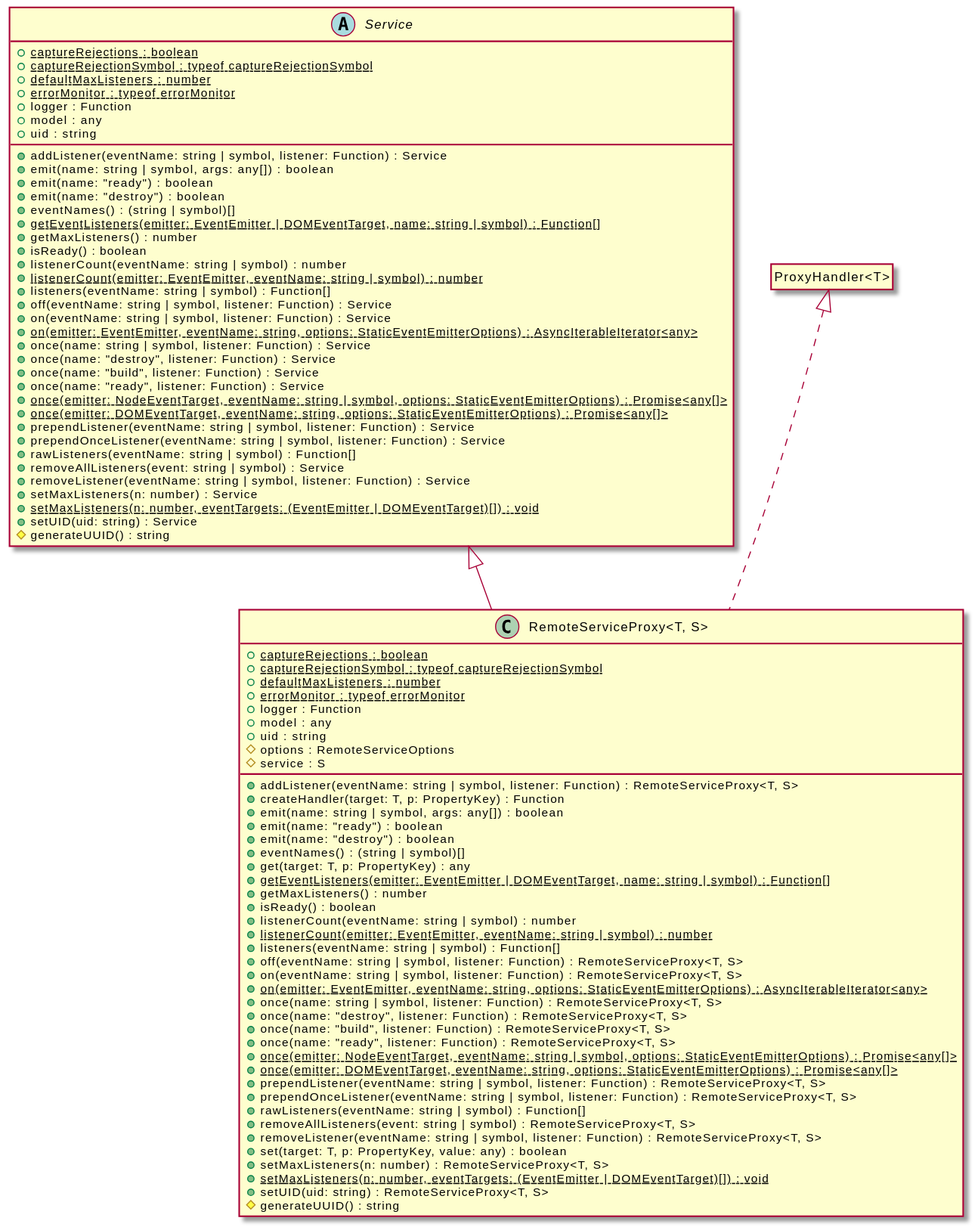
Earlier version of the PlantUML export assets/RemoteServiceProxy-umlClassDiagram-9355.svg (OpenHPS/openhps-core). The source it was exported from:
```plantuml
@startuml
skinparam BackgroundColor transparent
hide empty methods
hide empty fields
class "RemoteServiceProxy<T, S>" {
    {static} +captureRejections : boolean
    {static} +captureRejectionSymbol : typeof captureRejectionSymbol
    {static} +defaultMaxListeners : number
    {static} +errorMonitor : typeof errorMonitor
    +logger : Function
    +model : any
    +uid : string
    #options : RemoteServiceOptions
    #service : S
    +addListener(eventName: string | symbol, listener: Function) : RemoteServiceProxy<T, S>
    +createHandler(target: T, p: PropertyKey) : Function
    +emit(name: string | symbol, args: any[]) : boolean
    +emit(name: "ready") : boolean
    +emit(name: "destroy") : boolean
    +eventNames() : (string | symbol)[]
    +get(target: T, p: PropertyKey) : any
    {static} +getEventListeners(emitter: EventEmitter | DOMEventTarget, name: string | symbol) : Function[]
    +getMaxListeners() : number
    +isReady() : boolean
    +listenerCount(eventName: string | symbol) : number
    {static} +listenerCount(emitter: EventEmitter, eventName: string | symbol) : number
    +listeners(eventName: string | symbol) : Function[]
    +off(eventName: string | symbol, listener: Function) : RemoteServiceProxy<T, S>
    +on(eventName: string | symbol, listener: Function) : RemoteServiceProxy<T, S>
    {static} +on(emitter: EventEmitter, eventName: string, options: StaticEventEmitterOptions) : AsyncIterableIterator<any>
    +once(name: string | symbol, listener: Function) : RemoteServiceProxy<T, S>
    +once(name: "destroy", listener: Function) : RemoteServiceProxy<T, S>
    +once(name: "build", listener: Function) : RemoteServiceProxy<T, S>
    +once(name: "ready", listener: Function) : RemoteServiceProxy<T, S>
    {static} +once(emitter: NodeEventTarget, eventName: string | symbol, options: StaticEventEmitterOptions) : Promise<any[]>
    {static} +once(emitter: DOMEventTarget, eventName: string, options: StaticEventEmitterOptions) : Promise<any[]>
    +prependListener(eventName: string | symbol, listener: Function) : RemoteServiceProxy<T, S>
    +prependOnceListener(eventName: string | symbol, listener: Function) : RemoteServiceProxy<T, S>
    +rawListeners(eventName: string | symbol) : Function[]
    +removeAllListeners(event: string | symbol) : RemoteServiceProxy<T, S>
    +removeListener(eventName: string | symbol, listener: Function) : RemoteServiceProxy<T, S>
    +set(target: T, p: PropertyKey, value: any) : boolean
    +setMaxListeners(n: number) : RemoteServiceProxy<T, S>
    {static} +setMaxListeners(n: number, eventTargets: (EventEmitter | DOMEventTarget)[]) : void
    +setUID(uid: string) : RemoteServiceProxy<T, S>
    #generateUUID() : string
}
abstract class "Service" {
    {static} +captureRejections : boolean
    {static} +captureRejectionSymbol : typeof captureRejectionSymbol
    {static} +defaultMaxListeners : number
    {static} +errorMonitor : typeof errorMonitor
    +logger : Function
    +model : any
    +uid : string
    +addListener(eventName: string | symbol, listener: Function) : Service
    +emit(name: string | symbol, args: any[]) : boolean
    +emit(name: "ready") : boolean
    +emit(name: "destroy") : boolean
    +eventNames() : (string | symbol)[]
    {static} +getEventListeners(emitter: EventEmitter | DOMEventTarget, name: string | symbol) : Function[]
    +getMaxListeners() : number
    +isReady() : boolean
    +listenerCount(eventName: string | symbol) : number
    {static} +listenerCount(emitter: EventEmitter, eventName: string | symbol) : number
    +listeners(eventName: string | symbol) : Function[]
    +off(eventName: string | symbol, listener: Function) : Service
    +on(eventName: string | symbol, listener: Function) : Service
    {static} +on(emitter: EventEmitter, eventName: string, options: StaticEventEmitterOptions) : AsyncIterableIterator<any>
    +once(name: string | symbol, listener: Function) : Service
    +once(name: "destroy", listener: Function) : Service
    +once(name: "build", listener: Function) : Service
    +once(name: "ready", listener: Function) : Service
    {static} +once(emitter: NodeEventTarget, eventName: string | symbol, options: StaticEventEmitterOptions) : Promise<any[]>
    {static} +once(emitter: DOMEventTarget, eventName: string, options: StaticEventEmitterOptions) : Promise<any[]>
    +prependListener(eventName: string | symbol, listener: Function) : Service
    +prependOnceListener(eventName: string | symbol, listener: Function) : Service
    +rawListeners(eventName: string | symbol) : Function[]
    +removeAllListeners(event: string | symbol) : Service
    +removeListener(eventName: string | symbol, listener: Function) : Service
    +setMaxListeners(n: number) : Service
    {static} +setMaxListeners(n: number, eventTargets: (EventEmitter | DOMEventTarget)[]) : void
    +setUID(uid: string) : Service
    #generateUUID() : string
}
"Service" <|-- "RemoteServiceProxy<T, S>"
class "ProxyHandler<T>"
hide "ProxyHandler<T>" circle
"ProxyHandler<T>" <|.. "RemoteServiceProxy<T, S>"
@enduml
```
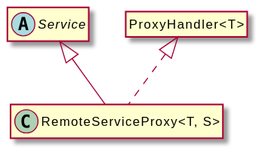
Above is the later version.

Diff of the diagram source:
```diff
@@ -3,85 +3,8 @@
 hide empty methods
 hide empty fields
 class "RemoteServiceProxy<T, S>" {
-    {static} +captureRejections : boolean
-    {static} +captureRejectionSymbol : typeof captureRejectionSymbol
-    {static} +defaultMaxListeners : number
-    {static} +errorMonitor : typeof errorMonitor
-    +logger : Function
-    +model : any
-    +uid : string
-    #options : RemoteServiceOptions
-    #service : S
-    +addListener(eventName: string | symbol, listener: Function) : RemoteServiceProxy<T, S>
-    +createHandler(target: T, p: PropertyKey) : Function
-    +emit(name: string | symbol, args: any[]) : boolean
-    +emit(name: "ready") : boolean
-    +emit(name: "destroy") : boolean
-    +eventNames() : (string | symbol)[]
-    +get(target: T, p: PropertyKey) : any
-    {static} +getEventListeners(emitter: EventEmitter | DOMEventTarget, name: string | symbol) : Function[]
-    +getMaxListeners() : number
-    +isReady() : boolean
-    +listenerCount(eventName: string | symbol) : number
-    {static} +listenerCount(emitter: EventEmitter, eventName: string | symbol) : number
-    +listeners(eventName: string | symbol) : Function[]
-    +off(eventName: string | symbol, listener: Function) : RemoteServiceProxy<T, S>
-    +on(eventName: string | symbol, listener: Function) : RemoteServiceProxy<T, S>
-    {static} +on(emitter: EventEmitter, eventName: string, options: StaticEventEmitterOptions) : AsyncIterableIterator<any>
-    +once(name: string | symbol, listener: Function) : RemoteServiceProxy<T, S>
-    +once(name: "destroy", listener: Function) : RemoteServiceProxy<T, S>
-    +once(name: "build", listener: Function) : RemoteServiceProxy<T, S>
-    +once(name: "ready", listener: Function) : RemoteServiceProxy<T, S>
-    {static} +once(emitter: NodeEventTarget, eventName: string | symbol, options: StaticEventEmitterOptions) : Promise<any[]>
-    {static} +once(emitter: DOMEventTarget, eventName: string, options: StaticEventEmitterOptions) : Promise<any[]>
-    +prependListener(eventName: string | symbol, listener: Function) : RemoteServiceProxy<T, S>
-    +prependOnceListener(eventName: string | symbol, listener: Function) : RemoteServiceProxy<T, S>
-    +rawListeners(eventName: string | symbol) : Function[]
-    +removeAllListeners(event: string | symbol) : RemoteServiceProxy<T, S>
-    +removeListener(eventName: string | symbol, listener: Function) : RemoteServiceProxy<T, S>
-    +set(target: T, p: PropertyKey, value: any) : boolean
-    +setMaxListeners(n: number) : RemoteServiceProxy<T, S>
-    {static} +setMaxListeners(n: number, eventTargets: (EventEmitter | DOMEventTarget)[]) : void
-    +setUID(uid: string) : RemoteServiceProxy<T, S>
-    #generateUUID() : string
 }
 abstract class "Service" {
-    {static} +captureRejections : boolean
-    {static} +captureRejectionSymbol : typeof captureRejectionSymbol
-    {static} +defaultMaxListeners : number
-    {static} +errorMonitor : typeof errorMonitor
-    +logger : Function
-    +model : any
-    +uid : string
-    +addListener(eventName: string | symbol, listener: Function) : Service
-    +emit(name: string | symbol, args: any[]) : boolean
-    +emit(name: "ready") : boolean
-    +emit(name: "destroy") : boolean
-    +eventNames() : (string | symbol)[]
-    {static} +getEventListeners(emitter: EventEmitter | DOMEventTarget, name: string | symbol) : Function[]
-    +getMaxListeners() : number
-    +isReady() : boolean
-    +listenerCount(eventName: string | symbol) : number
-    {static} +listenerCount(emitter: EventEmitter, eventName: string | symbol) : number
-    +listeners(eventName: string | symbol) : Function[]
-    +off(eventName: string | symbol, listener: Function) : Service
-    +on(eventName: string | symbol, listener: Function) : Service
-    {static} +on(emitter: EventEmitter, eventName: string, options: StaticEventEmitterOptions) : AsyncIterableIterator<any>
-    +once(name: string | symbol, listener: Function) : Service
-    +once(name: "destroy", listener: Function) : Service
-    +once(name: "build", listener: Function) : Service
-    +once(name: "ready", listener: Function) : Service
-    {static} +once(emitter: NodeEventTarget, eventName: string | symbol, options: StaticEventEmitterOptions) : Promise<any[]>
-    {static} +once(emitter: DOMEventTarget, eventName: string, options: StaticEventEmitterOptions) : Promise<any[]>
-    +prependListener(eventName: string | symbol, listener: Function) : Service
-    +prependOnceListener(eventName: string | symbol, listener: Function) : Service
-    +rawListeners(eventName: string | symbol) : Function[]
-    +removeAllListeners(event: string | symbol) : Service
-    +removeListener(eventName: string | symbol, listener: Function) : Service
-    +setMaxListeners(n: number) : Service
-    {static} +setMaxListeners(n: number, eventTargets: (EventEmitter | DOMEventTarget)[]) : void
-    +setUID(uid: string) : Service
-    #generateUUID() : string
 }
 "Service" <|-- "RemoteServiceProxy<T, S>"
 class "ProxyHandler<T>"
```
